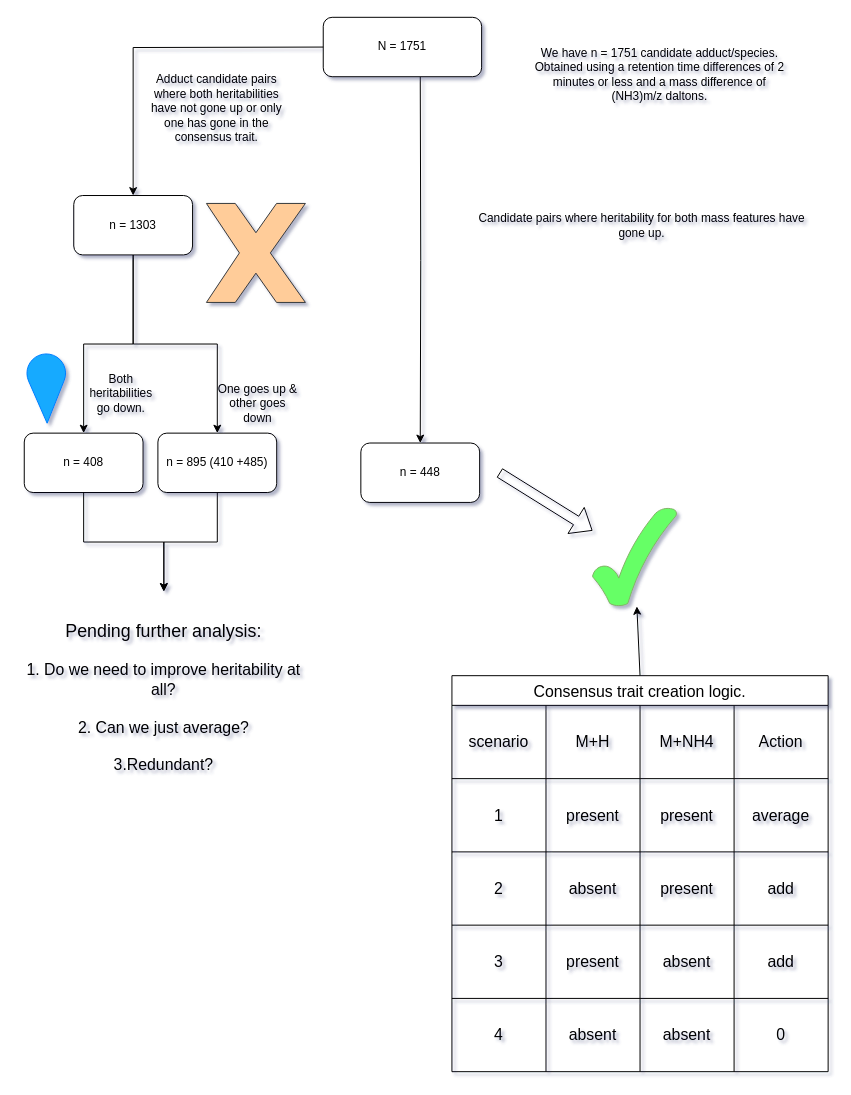
RijanHasTwoEars7/draw_io_illustrations keeps this draw.io diagram as page "Page-2" (1 of 2) of adduct_binning_decision_tree.drawio. Above is the earlier version. Source tidied: cells renumbered, new cells numbered last; positions are measured from the earlier drawing's top-left corner, leaving out a move shared by most shapes. Both pictures are drawn from the tidied source at 99%, with x=0, y=0 at pixel (22, 17).
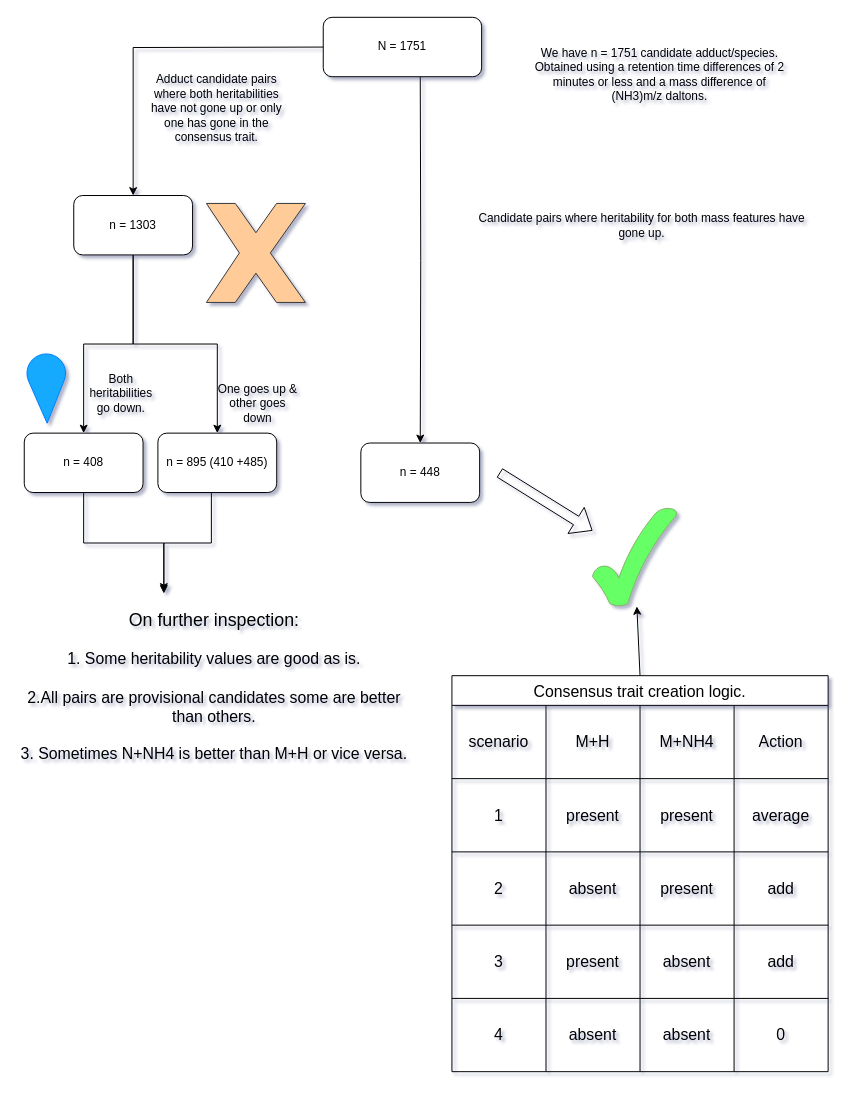
Above is the later version.

Commit message:
changing question to statements

The change refers to these unchanged cells:
```xml
<mxCell id="13" value="n = 895 (410 +485)" style="whiteSpace=wrap;html=1;rounded=1;" parent="1" vertex="1">
  <mxGeometry x="137" y="420" width="120" height="60" as="geometry" />
</mxCell>
<mxCell id="15" value="n = 408" style="whiteSpace=wrap;html=1;rounded=1;" parent="1" vertex="1">
  <mxGeometry x="2" y="420" width="120" height="60" as="geometry" />
</mxCell>
```

Diff of the diagram source:
```diff
@@
-    <mxCell id="12" style="edgeStyle=orthogonalEdgeStyle;rounded=0;jettySize=auto;html=1;" parent="1" edge="1" source="13" target="18">
-      <mxGeometry relative="1" as="geometry" />
+    <mxCell id="12" style="edgeStyle=orthogonalEdgeStyle;rounded=0;orthogonalLoop=1;jettySize=auto;html=1;" parent="1" edge="1">
+      <mxGeometry relative="1" as="geometry">
+        <mxPoint x="191" y="478" as="sourcePoint" />
+        <mxPoint x="143" y="580" as="targetPoint" />
+        <Array as="points">
+          <mxPoint x="191" y="531" />
+          <mxPoint x="143" y="531" />
+        </Array>
+      </mxGeometry>
     </mxCell>
@@
     <mxCell id="14" style="edgeStyle=orthogonalEdgeStyle;rounded=0;jettySize=auto;html=1;" parent="1" edge="1" source="15" target="18">
-      <mxGeometry relative="1" as="geometry" />
+      <mxGeometry relative="1" as="geometry">
+        <Array as="points">
+          <mxPoint x="62" y="531" />
+          <mxPoint x="143" y="531" />
+        </Array>
+      </mxGeometry>
     </mxCell>
@@
-    <mxCell id="18" value="&lt;div&gt;&lt;font style=&quot;font-size: 18px;&quot;&gt;Pending further analysis:&lt;/font&gt;&lt;/div&gt;&lt;div&gt;&lt;font size=&quot;3&quot;&gt;&lt;br&gt;&lt;/font&gt;&lt;/div&gt;&lt;div&gt;&lt;font size=&quot;3&quot;&gt;1. Do we need to improve heritability at all?&lt;br&gt;&lt;/font&gt;&lt;/div&gt;&lt;div&gt;&lt;font size=&quot;3&quot;&gt;&lt;br&gt;&lt;/font&gt;&lt;/div&gt;&lt;div&gt;&lt;font size=&quot;3&quot;&gt;2. Can we just average?&lt;/font&gt;&lt;/div&gt;&lt;div&gt;&lt;font size=&quot;3&quot;&gt;&lt;br&gt;&lt;/font&gt;&lt;/div&gt;&lt;div&gt;&lt;font size=&quot;3&quot;&gt;3.Redundant?&lt;br&gt;&lt;/font&gt;&lt;/div&gt;" style="text;html=1;strokeColor=none;fillColor=none;align=center;verticalAlign=middle;whiteSpace=wrap;rounded=0;" parent="1" vertex="1">
-      <mxGeometry y="580" width="286" height="214" as="geometry" />
+    <mxCell id="18" value="&lt;div&gt;&lt;font style=&quot;font-size: 18px;&quot;&gt;On further inspection:&lt;/font&gt;&lt;/div&gt;&lt;div&gt;&lt;font size=&quot;3&quot;&gt;&lt;br&gt;&lt;/font&gt;&lt;/div&gt;&lt;div&gt;&lt;font size=&quot;3&quot;&gt;1. Some heritability values are good as is.&lt;br&gt;&lt;/font&gt;&lt;/div&gt;&lt;div&gt;&lt;font size=&quot;3&quot;&gt;&lt;br&gt;&lt;/font&gt;&lt;/div&gt;&lt;div&gt;&lt;font size=&quot;3&quot;&gt;2.All pairs are provisional candidates some are better than others.&lt;br&gt;&lt;/font&gt;&lt;/div&gt;&lt;div&gt;&lt;font size=&quot;3&quot;&gt;&lt;br&gt;&lt;/font&gt;&lt;/div&gt;&lt;div&gt;&lt;font size=&quot;3&quot;&gt;3. Sometimes N+NH4 is better than M+H or vice versa.&lt;br&gt;&lt;/font&gt;&lt;/div&gt;" style="text;html=1;strokeColor=none;fillColor=none;align=center;verticalAlign=middle;whiteSpace=wrap;rounded=0;" parent="1" vertex="1">
+      <mxGeometry x="-5" y="582" width="398" height="187" as="geometry" />
     </mxCell>
```
